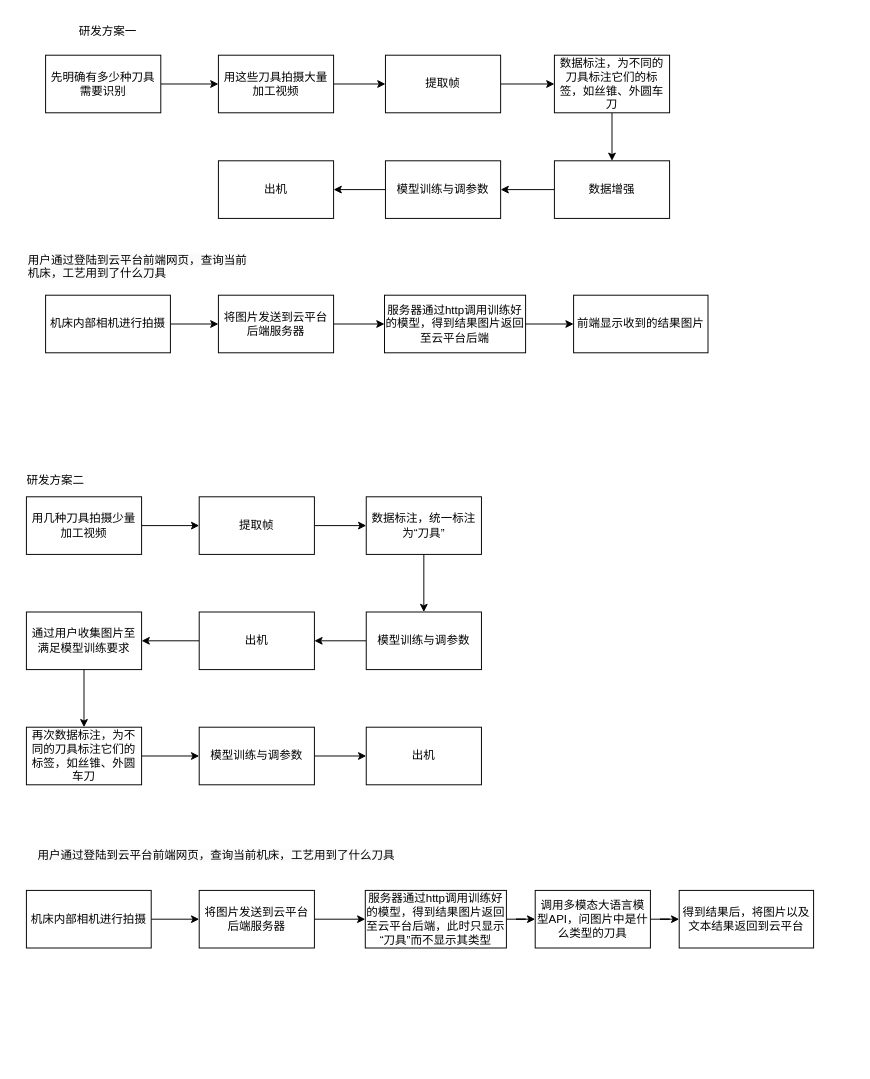
This is 未命名绘图.drawio from llxgdtop/weblab-project, a draw.io file, before an edit. Source tidied: cells renumbered, new cells numbered last; positions are measured from the earlier drawing's top-left corner, leaving out a move shared by most shapes. Both pictures are drawn from the tidied source at 96%, with x=0, y=0 at pixel (16, 16).
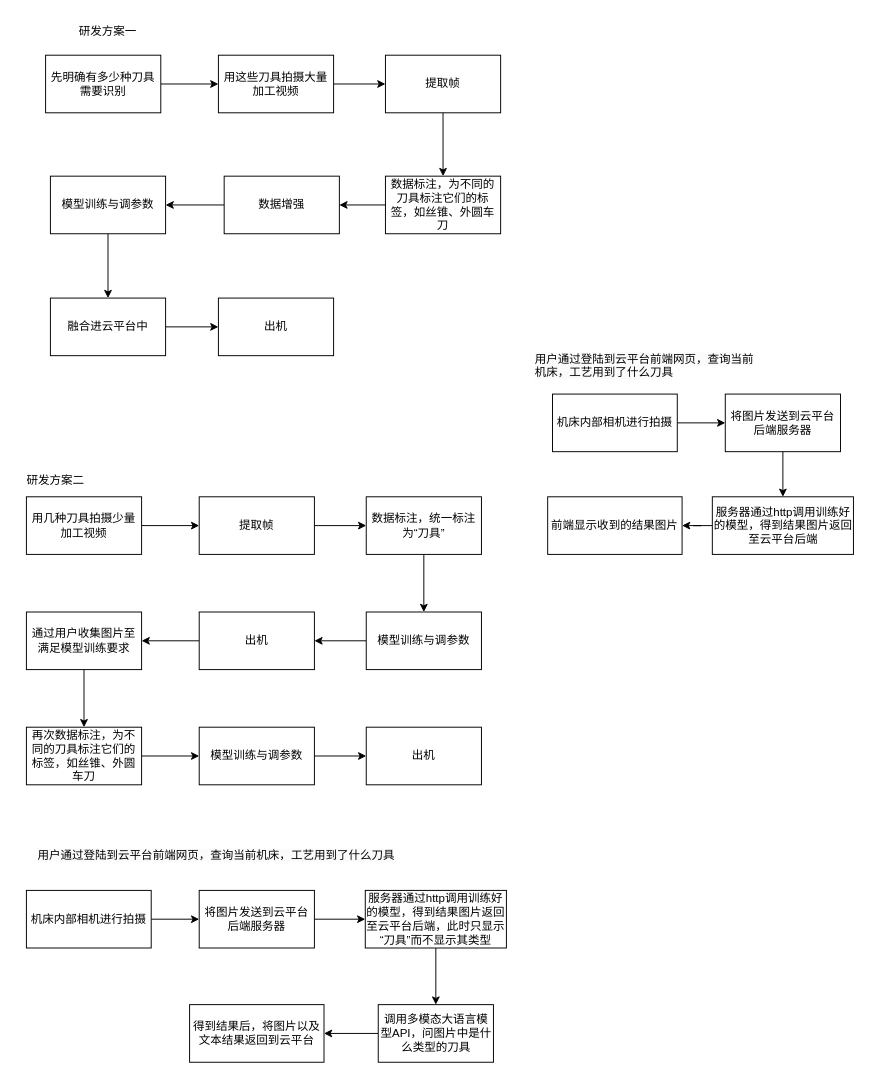
Above is the later version.

Commit message:
更新未命名绘图.drawio

Unchanged cells that the change refers to:
```xml
<mxCell id="5" value="提取帧" style="rounded=0;whiteSpace=wrap;html=1;" parent="1" vertex="1">
  <mxGeometry x="384" y="40" width="120" height="60" as="geometry" />
</mxCell>
```

What changed in the source:
```diff
@@
-    <mxCell id="4" style="edgeStyle=orthogonalEdgeStyle;rounded=0;jettySize=auto;html=1;exitX=1;exitY=0.5;exitDx=0;exitDy=0;entryX=0;entryY=0.5;entryDx=0;entryDy=0;" parent="1" edge="1" source="5" target="7">
+    <mxCell id="4" style="edgeStyle=orthogonalEdgeStyle;rounded=0;jettySize=auto;html=1;" parent="1" edge="1" source="5" target="7">
       <mxGeometry relative="1" as="geometry" />
     </mxCell>
@@
-    <mxCell id="6" style="edgeStyle=orthogonalEdgeStyle;rounded=0;jettySize=auto;html=1;exitX=0.5;exitY=1;exitDx=0;exitDy=0;" parent="1" edge="1" source="7" target="9">
-      <mxGeometry relative="1" as="geometry" />
-    </mxCell>
-    <mxCell id="7" value="数据标注，为不同的刀具标注它们的标签，如丝锥、外圆车刀" style="rounded=0;whiteSpace=wrap;html=1;" parent="1" vertex="1">
-      <mxGeometry x="560" y="40" width="120" height="60" as="geometry" />
-    </mxCell>
@@
     <mxCell id="9" value="数据增强" style="rounded=0;whiteSpace=wrap;html=1;" parent="1" vertex="1">
-      <mxGeometry x="560" y="150" width="120" height="60" as="geometry" />
+      <mxGeometry x="216" y="166" width="120" height="60" as="geometry" />
     </mxCell>
-    <mxCell id="10" style="edgeStyle=orthogonalEdgeStyle;rounded=0;jettySize=auto;html=1;exitX=0;exitY=0.5;exitDx=0;exitDy=0;entryX=1;entryY=0.5;entryDx=0;entryDy=0;" parent="1" edge="1" source="11" target="12">
-      <mxGeometry relative="1" as="geometry" />
-    </mxCell>
+    <mxCell id="53" style="edgeStyle=orthogonalEdgeStyle;rounded=0;jettySize=auto;html=1;" parent="1" edge="1" source="11" target="55">
+      <mxGeometry relative="1" as="geometry" />
+    </mxCell>
     <mxCell id="11" value="模型训练与调参数" style="rounded=0;whiteSpace=wrap;html=1;" parent="1" vertex="1">
-      <mxGeometry x="384" y="150" width="120" height="60" as="geometry" />
+      <mxGeometry x="35" y="166" width="120" height="60" as="geometry" />
     </mxCell>
     <mxCell id="12" value="出机" style="rounded=0;whiteSpace=wrap;html=1;" parent="1" vertex="1">
-      <mxGeometry x="210" y="150" width="120" height="60" as="geometry" />
+      <mxGeometry x="210" y="293" width="120" height="60" as="geometry" />
     </mxCell>
@@
     <mxCell id="27" value="机床内部相机进行拍摄" style="rounded=0;whiteSpace=wrap;html=1;" parent="1" vertex="1">
-      <mxGeometry x="30" y="290" width="130" height="60" as="geometry" />
+      <mxGeometry x="558" y="393" width="130" height="60" as="geometry" />
     </mxCell>
     <mxCell id="28" value="&lt;span style=&quot;color: rgb(0, 0, 0); font-family: Helvetica; font-size: 12px; font-style: normal; font-variant-ligatures: normal; font-variant-caps: normal; font-weight: 400; letter-spacing: normal; orphans: 2; text-align: center; text-indent: 0px; text-transform: none; widows: 2; word-spacing: 0px; -webkit-text-stroke-width: 0px; white-space: normal; background-color: rgb(251, 251, 251); text-decoration-thickness: initial; text-decoration-style: initial; text-decoration-color: initial; float: none; display: inline !important;&quot;&gt;用户通过登陆到云平台前端网页，查询当前机床，工艺用到了什么刀具&lt;/span&gt;" style="text;whiteSpace=wrap;html=1;" parent="1" vertex="1">
-      <mxGeometry x="10" y="240" width="230" height="40" as="geometry" />
+      <mxGeometry x="538" y="343" width="230" height="40" as="geometry" />
     </mxCell>
@@
     <mxCell id="31" value="将图片发送到云平台后端服务器" style="rounded=0;whiteSpace=wrap;html=1;" parent="1" vertex="1">
-      <mxGeometry x="210" y="290" width="120" height="60" as="geometry" />
+      <mxGeometry x="738" y="393" width="120" height="60" as="geometry" />
     </mxCell>
@@
     <mxCell id="33" value="服务器通过http调用训练好的模型，得到结果图片返回至云平台后端" style="rounded=0;whiteSpace=wrap;html=1;" parent="1" vertex="1">
-      <mxGeometry x="383" y="290" width="147" height="60" as="geometry" />
+      <mxGeometry x="724.5" y="500" width="147" height="60" as="geometry" />
     </mxCell>
     <mxCell id="34" value="前端显示收到的结果图片" style="rounded=0;whiteSpace=wrap;html=1;" parent="1" vertex="1">
-      <mxGeometry x="580" y="290" width="140" height="60" as="geometry" />
+      <mxGeometry x="553" y="500" width="140" height="60" as="geometry" />
     </mxCell>
@@
     <mxCell id="50" value="得到结果后，将图片以及文本结果返回到云平台" style="rounded=0;whiteSpace=wrap;html=1;" parent="1" vertex="1">
-      <mxGeometry x="690" y="910" width="140" height="60" as="geometry" />
+      <mxGeometry x="180" y="1029" width="140" height="60" as="geometry" />
     </mxCell>
@@
     <mxCell id="52" value="调用多模态大语言模型API，问图片中是什么类型的刀具" style="rounded=0;whiteSpace=wrap;html=1;" parent="1" vertex="1">
-      <mxGeometry x="540" y="910" width="120" height="60" as="geometry" />
+      <mxGeometry x="376.5" y="1029" width="120" height="60" as="geometry" />
     </mxCell>
+    <mxCell id="54" style="edgeStyle=orthogonalEdgeStyle;rounded=0;jettySize=auto;html=1;" parent="1" edge="1" source="55" target="12">
+      <mxGeometry relative="1" as="geometry" />
+    </mxCell>
+    <mxCell id="55" value="融合进云平台中" style="rounded=0;whiteSpace=wrap;html=1;" parent="1" vertex="1">
+      <mxGeometry x="35" y="293" width="120" height="60" as="geometry" />
+    </mxCell>
+    <mxCell id="6" style="edgeStyle=orthogonalEdgeStyle;rounded=0;jettySize=auto;html=1;" parent="1" edge="1" source="7" target="9">
+      <mxGeometry relative="1" as="geometry" />
+    </mxCell>
+    <mxCell id="7" value="数据标注，为不同的刀具标注它们的标签，如丝锥、外圆车刀" style="rounded=0;whiteSpace=wrap;html=1;" parent="1" vertex="1">
+      <mxGeometry x="384" y="166" width="120" height="60" as="geometry" />
+    </mxCell>
```
